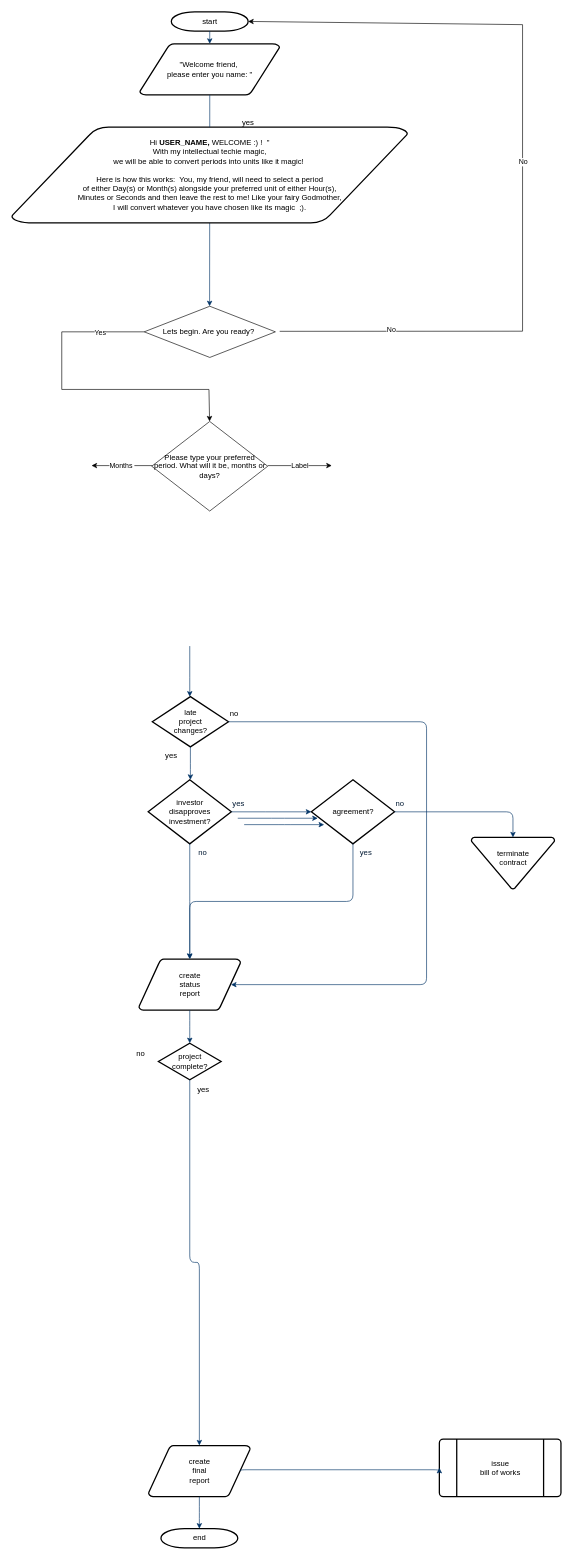
The draw.io diagram Untitled Diagram.drawio in W4n1/Project3_Python, before the edit. Source tidied: cells renumbered, new cells numbered last; positions are measured from the earlier drawing's top-left corner, leaving out a move shared by most shapes. Both pictures are drawn from the tidied source at 64%, with x=0, y=0 at pixel (11, 12).
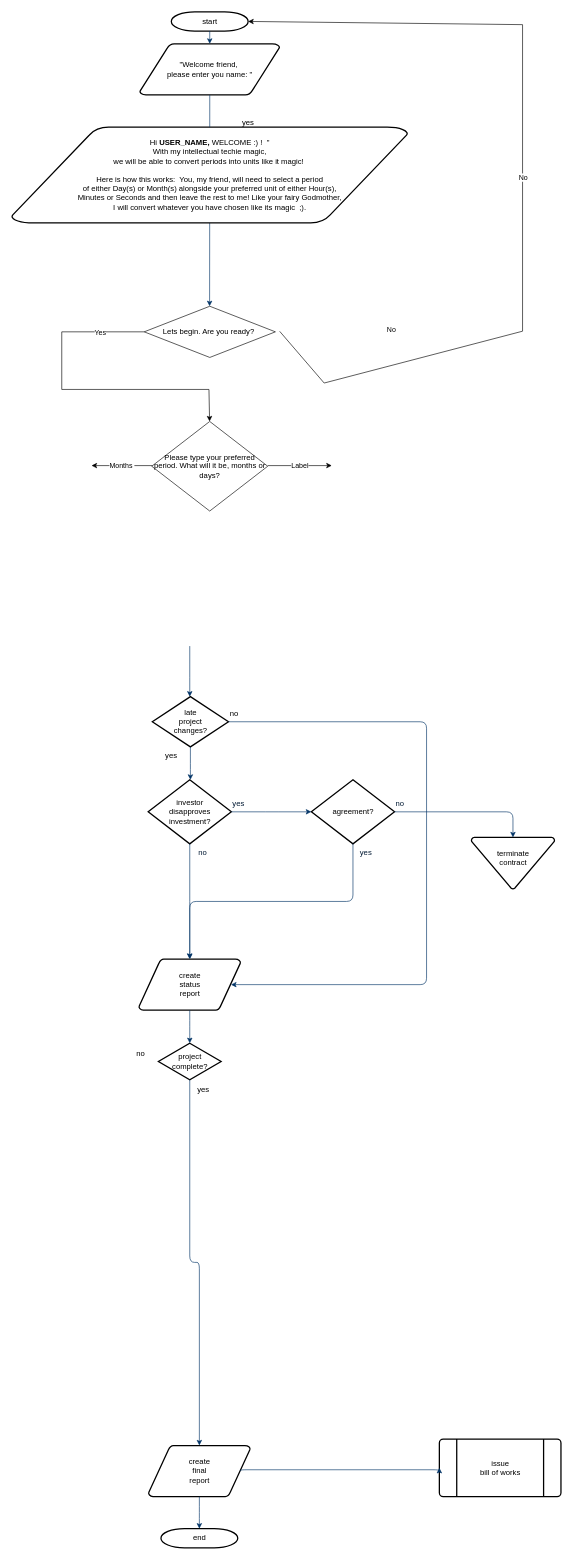
The same diagram, later.

Unchanged cells that the change refers to:
```xml
<mxCell id="2" value="start" style="shape=mxgraph.flowchart.terminator;strokeWidth=2;gradientColor=none;gradientDirection=north;fontStyle=0;html=1;" parent="1" vertex="1">
  <mxGeometry x="250.2" width="120" height="30" as="geometry" />
</mxCell>
```

The edit, as a diff of the source:
```diff
@@
-    <mxCell id="38" style="edgeStyle=elbowEdgeStyle;elbow=horizontal;exitX=1;exitY=0.5;exitPerimeter=0;entryX=0;entryY=0.5;entryPerimeter=0;fontStyle=1;strokeColor=#003366;strokeWidth=1;html=1;" parent="1" edge="1">
-      <mxGeometry x="10" y="10" as="geometry">
-        <mxPoint x="354" y="1260" as="sourcePoint" />
-        <mxPoint x="479" y="1260" as="targetPoint" />
-      </mxGeometry>
-    </mxCell>
-    <mxCell id="39" style="edgeStyle=elbowEdgeStyle;elbow=horizontal;exitX=1;exitY=0.5;exitPerimeter=0;entryX=0;entryY=0.5;entryPerimeter=0;fontStyle=1;strokeColor=#003366;strokeWidth=1;html=1;" parent="1" edge="1">
-      <mxGeometry x="20" y="20" as="geometry">
-        <mxPoint x="364" y="1270" as="sourcePoint" />
-        <mxPoint x="489" y="1270" as="targetPoint" />
-      </mxGeometry>
-    </mxCell>
@@
     <mxCell id="42" style="endArrow=classic;html=1;rounded=0;entryX=1;entryY=0.5;entryDx=0;entryDy=0;entryPerimeter=0;" parent="1" edge="1" target="2">
       <mxGeometry relative="1" as="geometry">
         <mxPoint x="419.5" y="499.2" as="sourcePoint" />
         <Array as="points">
+          <mxPoint x="489" y="580" />
           <mxPoint x="799" y="499" />
           <mxPoint x="799" y="20" />
         </Array>
       </mxGeometry>
     </mxCell>
```
